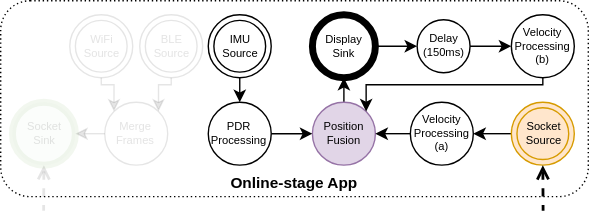
OpenHPS/openhps.org keeps this draw.io diagram as slides/ipin2021/images/model-online-2.svg. Above is the earlier version. Source tidied: cells renumbered, new cells last; positions are measured from the earlier drawing's top-left corner, leaving out a move shared by most shapes.
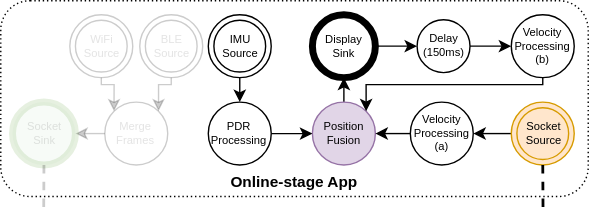
After the commit.

Change to the diagram source:
```diff
@@ -29,7 +29,7 @@
     <mxCell id="10" value="&lt;font style=&quot;font-size: 8px&quot;&gt;PDR&lt;br&gt;Processing&lt;br style=&quot;font-size: 8px&quot;&gt;&lt;/font&gt;" style="ellipse;whiteSpace=wrap;html=1;fontSize=8;" parent="1" vertex="1">
       <mxGeometry x="148.4" y="72.5" width="45" height="45" as="geometry" />
     </mxCell>
-    <mxCell id="11" style="edgeStyle=orthogonalEdgeStyle;rounded=0;jettySize=auto;html=1;exitX=0.5;exitY=1;exitDx=0;exitDy=0;entryX=0;entryY=0;entryDx=0;entryDy=0;startArrow=none;startFill=0;endArrow=classic;endFill=1;fontSize=8;textOpacity=10;opacity=10;" parent="1" edge="1" source="12" target="16">
+    <mxCell id="11" style="edgeStyle=orthogonalEdgeStyle;rounded=0;jettySize=auto;html=1;exitX=0.5;exitY=1;exitDx=0;exitDy=0;entryX=0;entryY=0;entryDx=0;entryDy=0;startArrow=none;startFill=0;endArrow=classic;endFill=1;fontSize=8;textOpacity=10;opacity=20;" parent="1" edge="1" source="12" target="16">
       <mxGeometry relative="1" as="geometry">
         <Array as="points">
           <mxPoint x="72.4" y="60" />
@@ -37,10 +37,10 @@
         </Array>
       </mxGeometry>
     </mxCell>
-    <mxCell id="12" value="WiFi&lt;br style=&quot;font-size: 8px;&quot;&gt;Source" style="ellipse;shape=doubleEllipse;html=1;dashed=0;whitespace=wrap;fontSize=8;textOpacity=10;opacity=10;" parent="1" vertex="1">
+    <mxCell id="12" value="WiFi&lt;br style=&quot;font-size: 8px;&quot;&gt;Source" style="ellipse;shape=doubleEllipse;html=1;dashed=0;whitespace=wrap;fontSize=8;textOpacity=10;opacity=20;" parent="1" vertex="1">
       <mxGeometry x="49.4" y="10" width="45" height="45" as="geometry" />
     </mxCell>
-    <mxCell id="13" style="edgeStyle=orthogonalEdgeStyle;rounded=0;jettySize=auto;html=1;exitX=0.5;exitY=1;exitDx=0;exitDy=0;entryX=1;entryY=0;entryDx=0;entryDy=0;startArrow=none;startFill=0;endArrow=classic;endFill=1;fontSize=8;textOpacity=10;opacity=10;" parent="1" edge="1" source="14" target="16">
+    <mxCell id="13" style="edgeStyle=orthogonalEdgeStyle;rounded=0;jettySize=auto;html=1;exitX=0.5;exitY=1;exitDx=0;exitDy=0;entryX=1;entryY=0;entryDx=0;entryDy=0;startArrow=none;startFill=0;endArrow=classic;endFill=1;fontSize=8;textOpacity=10;opacity=20;" parent="1" edge="1" source="14" target="16">
       <mxGeometry relative="1" as="geometry">
         <Array as="points">
           <mxPoint x="122.4" y="60" />
@@ -48,24 +48,24 @@
         </Array>
       </mxGeometry>
     </mxCell>
-    <mxCell id="14" value="BLE&lt;br style=&quot;font-size: 8px;&quot;&gt;Source" style="ellipse;shape=doubleEllipse;html=1;dashed=0;whitespace=wrap;fontSize=8;textOpacity=10;opacity=10;" parent="1" vertex="1">
+    <mxCell id="14" value="BLE&lt;br style=&quot;font-size: 8px;&quot;&gt;Source" style="ellipse;shape=doubleEllipse;html=1;dashed=0;whitespace=wrap;fontSize=8;textOpacity=10;opacity=20;" parent="1" vertex="1">
       <mxGeometry x="99.4" y="10" width="45" height="45" as="geometry" />
     </mxCell>
-    <mxCell id="15" style="edgeStyle=orthogonalEdgeStyle;rounded=0;jettySize=auto;html=1;exitX=0;exitY=0.5;exitDx=0;exitDy=0;entryX=1;entryY=0.5;entryDx=0;entryDy=0;startArrow=none;startFill=0;endArrow=classic;endFill=1;fontSize=8;textOpacity=10;opacity=10;" parent="1" edge="1" source="16" target="17">
+    <mxCell id="15" style="edgeStyle=orthogonalEdgeStyle;rounded=0;jettySize=auto;html=1;exitX=0;exitY=0.5;exitDx=0;exitDy=0;entryX=1;entryY=0.5;entryDx=0;entryDy=0;startArrow=none;startFill=0;endArrow=classic;endFill=1;fontSize=8;textOpacity=10;opacity=20;" parent="1" edge="1" source="16" target="17">
       <mxGeometry relative="1" as="geometry" />
     </mxCell>
-    <mxCell id="16" value="&lt;font style=&quot;font-size: 8px;&quot;&gt;Merge&lt;br style=&quot;font-size: 8px;&quot;&gt;Frames&lt;br style=&quot;font-size: 8px;&quot;&gt;&lt;/font&gt;" style="ellipse;whiteSpace=wrap;html=1;fontSize=8;textOpacity=10;opacity=10;" parent="1" vertex="1">
+    <mxCell id="16" value="&lt;font style=&quot;font-size: 8px;&quot;&gt;Merge&lt;br style=&quot;font-size: 8px;&quot;&gt;Frames&lt;br style=&quot;font-size: 8px;&quot;&gt;&lt;/font&gt;" style="ellipse;whiteSpace=wrap;html=1;fontSize=8;textOpacity=10;opacity=20;" parent="1" vertex="1">
       <mxGeometry x="74.4" y="72.5" width="45" height="45" as="geometry" />
     </mxCell>
-    <mxCell id="17" value="Socket&lt;br style=&quot;font-size: 8px;&quot;&gt;Sink" style="shape=ellipse;html=1;dashed=0;whitespace=wrap;strokeWidth=5;perimeter=ellipsePerimeter;fontSize=8;fillColor=#d5e8d4;strokeColor=#82b366;textOpacity=10;opacity=10;" parent="1" vertex="1">
+    <mxCell id="17" value="Socket&lt;br style=&quot;font-size: 8px;&quot;&gt;Sink" style="shape=ellipse;html=1;dashed=0;whitespace=wrap;strokeWidth=5;perimeter=ellipsePerimeter;fontSize=8;fillColor=#d5e8d4;strokeColor=#82b366;textOpacity=10;opacity=20;" parent="1" vertex="1">
       <mxGeometry x="8.4" y="72.5" width="45" height="45" as="geometry" />
     </mxCell>
-    <mxCell id="18" style="edgeStyle=orthogonalEdgeStyle;rounded=0;jettySize=auto;html=1;exitX=0.5;exitY=1;exitDx=0;exitDy=0;dashed=1;endArrow=none;endFill=0;startArrow=open;startFill=0;fontSize=8;strokeWidth=2;textOpacity=10;opacity=10;" parent="1" edge="1" source="17">
+    <mxCell id="18" style="edgeStyle=orthogonalEdgeStyle;rounded=0;jettySize=auto;html=1;exitX=0.5;exitY=1;exitDx=0;exitDy=0;dashed=1;endArrow=none;endFill=0;startArrow=none;startFill=0;fontSize=8;strokeWidth=2;textOpacity=10;opacity=20;" parent="1" edge="1" source="17">
       <mxGeometry relative="1" as="geometry">
         <mxPoint x="30.7" y="150" as="targetPoint" />
       </mxGeometry>
     </mxCell>
-    <mxCell id="19" style="edgeStyle=orthogonalEdgeStyle;rounded=0;jettySize=auto;html=1;exitX=0.5;exitY=1;exitDx=0;exitDy=0;dashed=1;endArrow=none;endFill=0;startArrow=open;startFill=0;fontSize=8;strokeWidth=2;" parent="1" edge="1" source="6">
+    <mxCell id="19" style="edgeStyle=orthogonalEdgeStyle;rounded=0;jettySize=auto;html=1;exitX=0.5;exitY=1;exitDx=0;exitDy=0;dashed=1;endArrow=none;endFill=0;startArrow=none;startFill=0;fontSize=8;strokeWidth=2;" parent="1" edge="1" source="6">
       <mxGeometry relative="1" as="geometry">
         <mxPoint x="387.7" y="150" as="targetPoint" />
       </mxGeometry>
```
